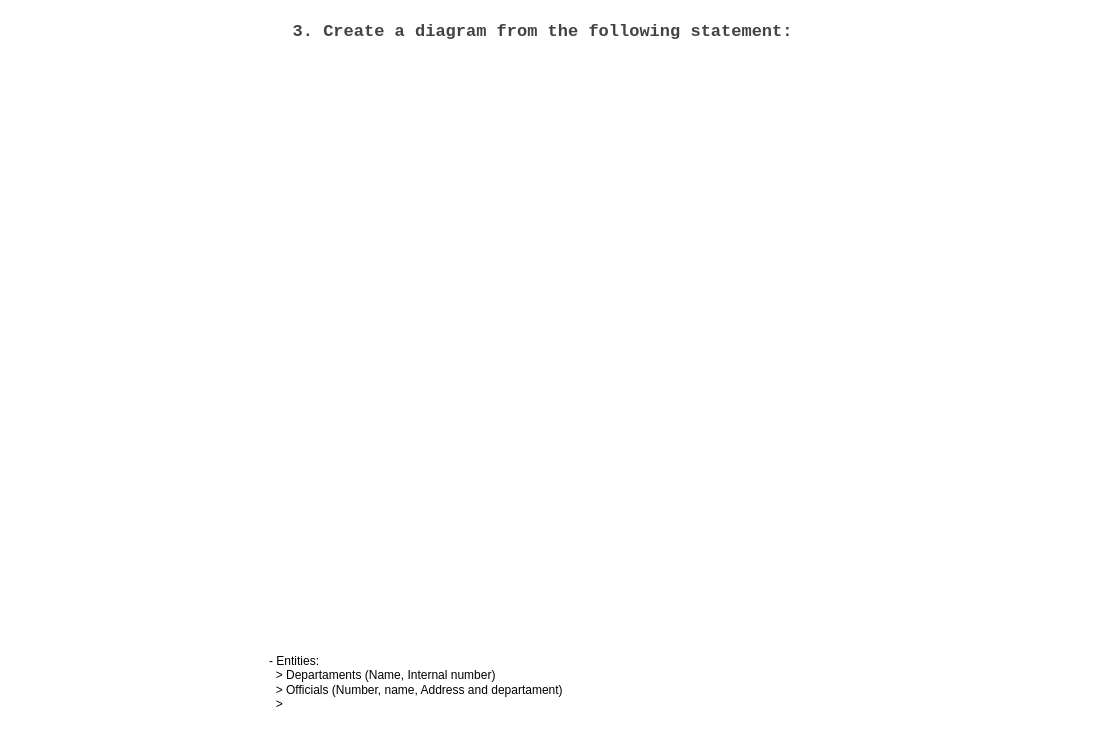
The draw.io diagram page "Exercise 3" (3 of 4) of UD4_Exercise4_MarcosZahonero.drawio in Maek0s/1DAM_Databases, before the edit. Source tidied: cells renumbered, new cells numbered last; positions are measured from the earlier drawing's top-left corner, leaving out a move shared by most shapes. Both pictures are drawn from the tidied source at 100%, with x=0, y=0 at pixel (267, 17).
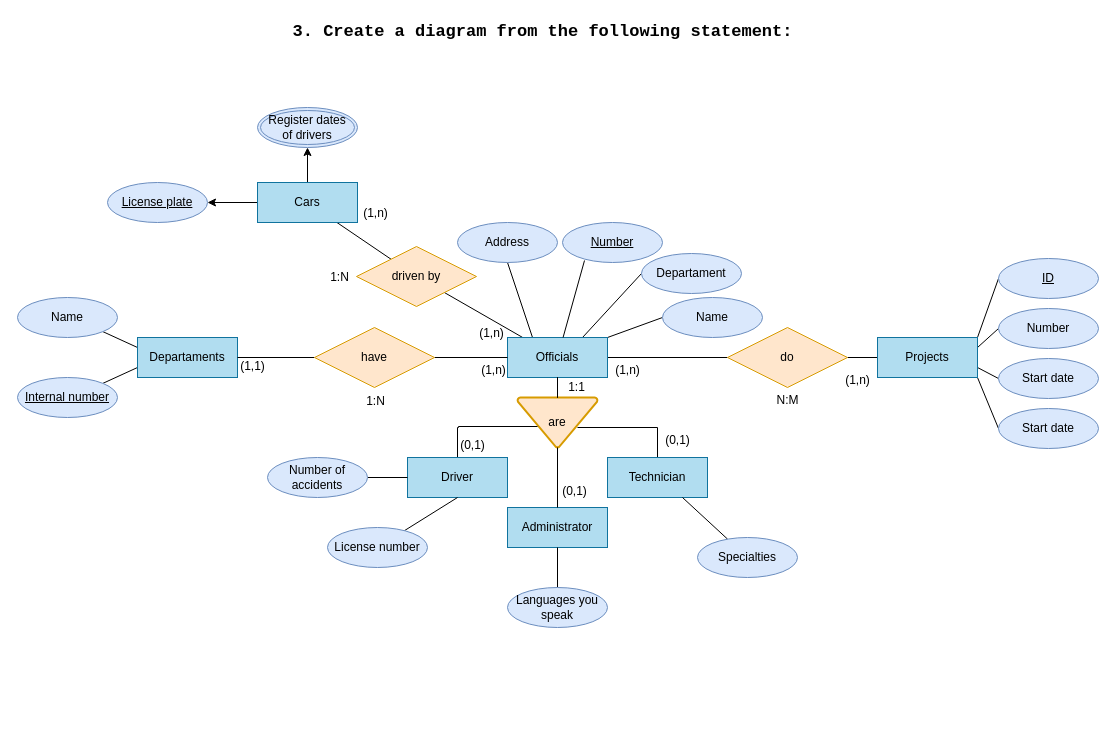
Above is the later version.

Diff of the diagram source:
```diff
@@
-    <mxCell id="2" value="&lt;b style=&quot;color: rgb(67, 67, 67); background-color: transparent; text-align: left;&quot;&gt;&lt;font style=&quot;font-size: 17px;&quot; face=&quot;Courier New&quot;&gt;3. Create a diagram from the following statement:&lt;/font&gt;&lt;/b&gt;" style="text;html=1;align=center;verticalAlign=middle;strokeColor=none;fillColor=none;" parent="1" vertex="1">
+    <mxCell id="2" value="&lt;b style=&quot;background-color: transparent; text-align: left;&quot;&gt;&lt;font style=&quot;font-size: 17px;&quot; face=&quot;Courier New&quot;&gt;3. Create a diagram from the following statement:&lt;/font&gt;&lt;/b&gt;" style="text;html=1;align=center;verticalAlign=middle;strokeColor=none;fillColor=none;" parent="1" vertex="1">
       <mxGeometry x="15" width="520" height="30" as="geometry" />
     </mxCell>
-    <mxCell id="3" value="&lt;div&gt;- Entities:&amp;nbsp;&lt;/div&gt;&lt;div&gt;&amp;nbsp; &amp;gt; Departaments (Name, Internal number)&lt;/div&gt;&lt;div&gt;&amp;nbsp; &amp;gt; Officials (Number, name, Address and departament)&lt;/div&gt;&lt;div&gt;&amp;nbsp; &amp;gt;&amp;nbsp;&lt;/div&gt;" style="text;html=1;align=left;verticalAlign=middle;strokeColor=none;fillColor=none;" parent="1" vertex="1">
-      <mxGeometry y="630" width="320" height="70" as="geometry" />
-    </mxCell>
+    <mxCell id="4" style="rounded=0;jettySize=auto;html=1;exitX=0;exitY=0.75;exitDx=0;exitDy=0;entryX=1;entryY=0;entryDx=0;entryDy=0;endArrow=none;endFill=0;" parent="1" edge="1" source="6" target="8">
+      <mxGeometry relative="1" as="geometry" />
+    </mxCell>
+    <mxCell id="5" style="rounded=0;jettySize=auto;html=1;exitX=0;exitY=0.25;exitDx=0;exitDy=0;entryX=1;entryY=1;entryDx=0;entryDy=0;endArrow=none;endFill=0;" parent="1" edge="1" source="6" target="7">
+      <mxGeometry relative="1" as="geometry" />
+    </mxCell>
+    <mxCell id="6" value="Departaments" style="whiteSpace=wrap;html=1;align=center;fillColor=#b1ddf0;strokeColor=#10739e;" parent="1" vertex="1">
+      <mxGeometry x="-130" y="320" width="100" height="40" as="geometry" />
+    </mxCell>
+    <mxCell id="7" value="Name" style="ellipse;whiteSpace=wrap;html=1;align=center;fillColor=#dae8fc;strokeColor=#6c8ebf;" parent="1" vertex="1">
+      <mxGeometry x="-250" y="280" width="100" height="40" as="geometry" />
+    </mxCell>
+    <mxCell id="8" value="Internal number" style="ellipse;whiteSpace=wrap;html=1;align=center;fontStyle=4;fillColor=#dae8fc;strokeColor=#6c8ebf;" parent="1" vertex="1">
+      <mxGeometry x="-250" y="360" width="100" height="40" as="geometry" />
+    </mxCell>
+    <mxCell id="9" style="rounded=0;jettySize=auto;html=1;endArrow=none;endFill=0;" parent="1" edge="1" source="14" target="37">
+      <mxGeometry relative="1" as="geometry" />
+    </mxCell>
+    <mxCell id="10" style="rounded=0;jettySize=auto;html=1;endArrow=none;endFill=0;" parent="1" edge="1" source="14" target="35">
+      <mxGeometry relative="1" as="geometry" />
+    </mxCell>
+    <mxCell id="11" style="rounded=0;jettySize=auto;html=1;exitX=1;exitY=0;exitDx=0;exitDy=0;entryX=0;entryY=0.5;entryDx=0;entryDy=0;endArrow=none;endFill=0;" parent="1" edge="1" source="14" target="47">
+      <mxGeometry relative="1" as="geometry" />
+    </mxCell>
+    <mxCell id="12" style="rounded=0;jettySize=auto;html=1;exitX=0.75;exitY=0;exitDx=0;exitDy=0;entryX=0;entryY=0.5;entryDx=0;entryDy=0;endArrow=none;endFill=0;" parent="1" edge="1" source="14" target="50">
+      <mxGeometry relative="1" as="geometry" />
+    </mxCell>
+    <mxCell id="13" style="rounded=0;jettySize=auto;html=1;exitX=0.25;exitY=0;exitDx=0;exitDy=0;entryX=0.5;entryY=1;entryDx=0;entryDy=0;endArrow=none;endFill=0;" parent="1" edge="1" source="14" target="49">
+      <mxGeometry relative="1" as="geometry" />
+    </mxCell>
+    <mxCell id="14" value="Officials" style="whiteSpace=wrap;html=1;align=center;fillColor=#b1ddf0;strokeColor=#10739e;" parent="1" vertex="1">
+      <mxGeometry x="240" y="320" width="100" height="40" as="geometry" />
+    </mxCell>
+    <mxCell id="15" value="are" style="strokeWidth=2;html=1;shape=mxgraph.flowchart.merge_or_storage;whiteSpace=wrap;fillColor=#ffe6cc;strokeColor=#d79b00;" parent="1" vertex="1">
+      <mxGeometry x="250" y="380" width="80" height="50" as="geometry" />
+    </mxCell>
+    <mxCell id="16" style="edgeStyle=orthogonalEdgeStyle;rounded=0;jettySize=auto;html=1;exitX=0.5;exitY=0;exitDx=0;exitDy=0;entryX=0.25;entryY=0.58;entryDx=0;entryDy=0;entryPerimeter=0;endArrow=none;endFill=0;" parent="1" edge="1" source="17" target="15">
+      <mxGeometry relative="1" as="geometry">
+        <Array as="points">
+          <mxPoint x="190" y="410" />
+          <mxPoint x="191" y="410" />
+          <mxPoint x="191" y="409" />
+        </Array>
+      </mxGeometry>
+    </mxCell>
+    <mxCell id="17" value="Driver" style="whiteSpace=wrap;html=1;align=center;fillColor=#b1ddf0;strokeColor=#10739e;" parent="1" vertex="1">
+      <mxGeometry x="140" y="440" width="100" height="40" as="geometry" />
+    </mxCell>
+    <mxCell id="18" value="Administrator" style="whiteSpace=wrap;html=1;align=center;fillColor=#b1ddf0;strokeColor=#10739e;" parent="1" vertex="1">
+      <mxGeometry x="240" y="490" width="100" height="40" as="geometry" />
+    </mxCell>
+    <mxCell id="19" style="rounded=0;jettySize=auto;html=1;endArrow=none;endFill=0;edgeStyle=orthogonalEdgeStyle;" parent="1" edge="1" source="20">
+      <mxGeometry relative="1" as="geometry">
+        <mxPoint x="310" y="410" as="targetPoint" />
+        <Array as="points">
+          <mxPoint x="390" y="410" />
+        </Array>
+      </mxGeometry>
+    </mxCell>
+    <mxCell id="20" value="Technician" style="whiteSpace=wrap;html=1;align=center;fillColor=#b1ddf0;strokeColor=#10739e;" parent="1" vertex="1">
+      <mxGeometry x="340" y="440" width="100" height="40" as="geometry" />
+    </mxCell>
+    <mxCell id="21" style="rounded=0;jettySize=auto;html=1;entryX=0.75;entryY=1;entryDx=0;entryDy=0;endArrow=none;endFill=0;" parent="1" edge="1" source="22" target="20">
+      <mxGeometry relative="1" as="geometry" />
+    </mxCell>
+    <mxCell id="22" value="Specialties" style="ellipse;whiteSpace=wrap;html=1;align=center;fillColor=#dae8fc;strokeColor=#6c8ebf;" parent="1" vertex="1">
+      <mxGeometry x="430" y="520" width="100" height="40" as="geometry" />
+    </mxCell>
+    <mxCell id="23" style="rounded=0;jettySize=auto;html=1;entryX=0.5;entryY=1;entryDx=0;entryDy=0;endArrow=none;endFill=0;" parent="1" edge="1" source="24" target="18">
+      <mxGeometry relative="1" as="geometry" />
+    </mxCell>
+    <mxCell id="24" value="Languages you&lt;br&gt;speak" style="ellipse;whiteSpace=wrap;html=1;align=center;fillColor=#dae8fc;strokeColor=#6c8ebf;" parent="1" vertex="1">
+      <mxGeometry x="240" y="570" width="100" height="40" as="geometry" />
+    </mxCell>
+    <mxCell id="25" style="rounded=0;jettySize=auto;html=1;entryX=0.5;entryY=1;entryDx=0;entryDy=0;endArrow=none;endFill=0;" parent="1" edge="1" source="26" target="17">
+      <mxGeometry relative="1" as="geometry" />
+    </mxCell>
+    <mxCell id="26" value="License number" style="ellipse;whiteSpace=wrap;html=1;align=center;fillColor=#dae8fc;strokeColor=#6c8ebf;" parent="1" vertex="1">
+      <mxGeometry x="60" y="510" width="100" height="40" as="geometry" />
+    </mxCell>
+    <mxCell id="27" style="rounded=0;jettySize=auto;html=1;endArrow=none;endFill=0;" parent="1" edge="1" source="28" target="17">
+      <mxGeometry relative="1" as="geometry" />
+    </mxCell>
+    <mxCell id="28" value="Number of accidents" style="ellipse;whiteSpace=wrap;html=1;align=center;fillColor=#dae8fc;strokeColor=#6c8ebf;" parent="1" vertex="1">
+      <mxGeometry y="440" width="100" height="40" as="geometry" />
+    </mxCell>
+    <mxCell id="29" style="edgeStyle=orthogonalEdgeStyle;rounded=0;jettySize=auto;html=1;entryX=0.5;entryY=1;entryDx=0;entryDy=0;entryPerimeter=0;endArrow=none;endFill=0;" parent="1" edge="1" source="18" target="15">
+      <mxGeometry relative="1" as="geometry" />
+    </mxCell>
+    <mxCell id="30" style="rounded=0;jettySize=auto;html=1;endArrow=none;endFill=0;" parent="1" edge="1" source="32" target="14">
+      <mxGeometry relative="1" as="geometry" />
+    </mxCell>
+    <mxCell id="31" style="rounded=0;jettySize=auto;html=1;endArrow=none;endFill=0;" parent="1" edge="1" source="32" target="6">
+      <mxGeometry relative="1" as="geometry" />
+    </mxCell>
+    <mxCell id="32" value="have" style="shape=rhombus;perimeter=rhombusPerimeter;whiteSpace=wrap;html=1;align=center;fillColor=#ffe6cc;strokeColor=#d79b00;" parent="1" vertex="1">
+      <mxGeometry x="47" y="310" width="120" height="60" as="geometry" />
+    </mxCell>
+    <mxCell id="33" style="edgeStyle=orthogonalEdgeStyle;rounded=0;jettySize=auto;html=1;entryX=0.5;entryY=0;entryDx=0;entryDy=0;entryPerimeter=0;endArrow=none;endFill=0;" parent="1" edge="1" source="14" target="15">
+      <mxGeometry relative="1" as="geometry" />
+    </mxCell>
+    <mxCell id="34" style="rounded=0;jettySize=auto;html=1;endArrow=none;endFill=0;" parent="1" edge="1" source="35" target="45">
+      <mxGeometry relative="1" as="geometry" />
+    </mxCell>
+    <mxCell id="35" value="driven by" style="shape=rhombus;perimeter=rhombusPerimeter;whiteSpace=wrap;html=1;align=center;fillColor=#ffe6cc;strokeColor=#d79b00;" parent="1" vertex="1">
+      <mxGeometry x="89" y="229" width="120" height="60" as="geometry" />
+    </mxCell>
+    <mxCell id="36" style="rounded=0;jettySize=auto;html=1;endArrow=none;endFill=0;" parent="1" edge="1" source="37" target="42">
+      <mxGeometry relative="1" as="geometry" />
+    </mxCell>
+    <mxCell id="37" value="do" style="shape=rhombus;perimeter=rhombusPerimeter;whiteSpace=wrap;html=1;align=center;fillColor=#ffe6cc;strokeColor=#d79b00;" parent="1" vertex="1">
+      <mxGeometry x="460" y="310" width="120" height="60" as="geometry" />
+    </mxCell>
+    <mxCell id="38" style="rounded=0;jettySize=auto;html=1;exitX=1;exitY=1;exitDx=0;exitDy=0;entryX=0;entryY=0.5;entryDx=0;entryDy=0;endArrow=none;endFill=0;" parent="1" edge="1" source="42" target="56">
+      <mxGeometry relative="1" as="geometry" />
+    </mxCell>
+    <mxCell id="39" style="rounded=0;jettySize=auto;html=1;exitX=1;exitY=0.75;exitDx=0;exitDy=0;entryX=0;entryY=0.5;entryDx=0;entryDy=0;endArrow=none;endFill=0;" parent="1" edge="1" source="42" target="55">
+      <mxGeometry relative="1" as="geometry" />
+    </mxCell>
+    <mxCell id="40" style="rounded=0;jettySize=auto;html=1;exitX=1;exitY=0.25;exitDx=0;exitDy=0;entryX=0;entryY=0.5;entryDx=0;entryDy=0;endArrow=none;endFill=0;" parent="1" edge="1" source="42" target="54">
+      <mxGeometry relative="1" as="geometry" />
+    </mxCell>
+    <mxCell id="41" style="rounded=0;jettySize=auto;html=1;exitX=1;exitY=0;exitDx=0;exitDy=0;entryX=0;entryY=0.5;entryDx=0;entryDy=0;endArrow=none;endFill=0;" parent="1" edge="1" source="42" target="53">
+      <mxGeometry relative="1" as="geometry" />
+    </mxCell>
+    <mxCell id="42" value="Projects" style="whiteSpace=wrap;html=1;align=center;fillColor=#b1ddf0;strokeColor=#10739e;" parent="1" vertex="1">
+      <mxGeometry x="610" y="320" width="100" height="40" as="geometry" />
+    </mxCell>
+    <mxCell id="43" style="edgeStyle=orthogonalEdgeStyle;rounded=0;jettySize=auto;html=1;entryX=0.5;entryY=1;entryDx=0;entryDy=0;" parent="1" edge="1" source="45" target="52">
+      <mxGeometry relative="1" as="geometry" />
+    </mxCell>
+    <mxCell id="44" style="edgeStyle=orthogonalEdgeStyle;rounded=0;jettySize=auto;html=1;entryX=1;entryY=0.5;entryDx=0;entryDy=0;" parent="1" edge="1" source="45" target="46">
+      <mxGeometry relative="1" as="geometry" />
+    </mxCell>
+    <mxCell id="45" value="Cars" style="whiteSpace=wrap;html=1;align=center;fillColor=#b1ddf0;strokeColor=#10739e;" parent="1" vertex="1">
+      <mxGeometry x="-10" y="165" width="100" height="40" as="geometry" />
+    </mxCell>
+    <mxCell id="46" value="License plate" style="ellipse;whiteSpace=wrap;html=1;align=center;fontStyle=4;fillColor=#dae8fc;strokeColor=#6c8ebf;" parent="1" vertex="1">
+      <mxGeometry x="-160" y="165" width="100" height="40" as="geometry" />
+    </mxCell>
+    <mxCell id="47" value="Name" style="ellipse;whiteSpace=wrap;html=1;align=center;fillColor=#dae8fc;strokeColor=#6c8ebf;" parent="1" vertex="1">
+      <mxGeometry x="395" y="280" width="100" height="40" as="geometry" />
+    </mxCell>
+    <mxCell id="48" value="Number" style="ellipse;whiteSpace=wrap;html=1;align=center;fontStyle=4;fillColor=#dae8fc;strokeColor=#6c8ebf;" parent="1" vertex="1">
+      <mxGeometry x="295" y="205" width="100" height="40" as="geometry" />
+    </mxCell>
+    <mxCell id="49" value="Address" style="ellipse;whiteSpace=wrap;html=1;align=center;fillColor=#dae8fc;strokeColor=#6c8ebf;" parent="1" vertex="1">
+      <mxGeometry x="190" y="205" width="100" height="40" as="geometry" />
+    </mxCell>
+    <mxCell id="50" value="Departament" style="ellipse;whiteSpace=wrap;html=1;align=center;fillColor=#dae8fc;strokeColor=#6c8ebf;" parent="1" vertex="1">
+      <mxGeometry x="374" y="236" width="100" height="40" as="geometry" />
+    </mxCell>
+    <mxCell id="51" style="rounded=0;jettySize=auto;html=1;entryX=0.22;entryY=0.95;entryDx=0;entryDy=0;entryPerimeter=0;endArrow=none;endFill=0;" parent="1" edge="1" source="14" target="48">
+      <mxGeometry relative="1" as="geometry" />
+    </mxCell>
+    <mxCell id="52" value="Register dates&lt;br&gt;of drivers" style="ellipse;shape=doubleEllipse;margin=3;whiteSpace=wrap;html=1;align=center;fillColor=#dae8fc;strokeColor=#6c8ebf;" parent="1" vertex="1">
+      <mxGeometry x="-10" y="90" width="100" height="40" as="geometry" />
+    </mxCell>
+    <mxCell id="53" value="ID" style="ellipse;whiteSpace=wrap;html=1;align=center;fontStyle=4;fillColor=#dae8fc;strokeColor=#6c8ebf;" parent="1" vertex="1">
+      <mxGeometry x="731" y="241" width="100" height="40" as="geometry" />
+    </mxCell>
+    <mxCell id="54" value="Number" style="ellipse;whiteSpace=wrap;html=1;align=center;fillColor=#dae8fc;strokeColor=#6c8ebf;" parent="1" vertex="1">
+      <mxGeometry x="731" y="291" width="100" height="40" as="geometry" />
+    </mxCell>
+    <mxCell id="55" value="Start date" style="ellipse;whiteSpace=wrap;html=1;align=center;fillColor=#dae8fc;strokeColor=#6c8ebf;" parent="1" vertex="1">
+      <mxGeometry x="731" y="341" width="100" height="40" as="geometry" />
+    </mxCell>
+    <mxCell id="56" value="Start date" style="ellipse;whiteSpace=wrap;html=1;align=center;fillColor=#dae8fc;strokeColor=#6c8ebf;" parent="1" vertex="1">
+      <mxGeometry x="731" y="391" width="100" height="40" as="geometry" />
+    </mxCell>
+    <mxCell id="57" value="(0,1)" style="text;html=1;align=center;verticalAlign=middle;strokeColor=none;fillColor=none;" parent="1" vertex="1">
+      <mxGeometry x="385" y="408" width="50" height="30" as="geometry" />
+    </mxCell>
+    <mxCell id="58" value="(0,1)" style="text;html=1;align=center;verticalAlign=middle;strokeColor=none;fillColor=none;" parent="1" vertex="1">
+      <mxGeometry x="282" y="459" width="50" height="30" as="geometry" />
+    </mxCell>
+    <mxCell id="59" value="(0,1)" style="text;html=1;align=center;verticalAlign=middle;strokeColor=none;fillColor=none;" parent="1" vertex="1">
+      <mxGeometry x="180" y="413" width="50" height="30" as="geometry" />
+    </mxCell>
+    <mxCell id="60" value="1:1" style="text;html=1;align=center;verticalAlign=middle;strokeColor=none;fillColor=none;" parent="1" vertex="1">
+      <mxGeometry x="289" y="355" width="40" height="30" as="geometry" />
+    </mxCell>
+    <mxCell id="61" value="(1,n)" style="text;html=1;align=center;verticalAlign=middle;strokeColor=none;fillColor=none;" parent="1" vertex="1">
+      <mxGeometry x="83" y="181" width="50" height="30" as="geometry" />
+    </mxCell>
+    <mxCell id="62" value="(1,n)" style="text;html=1;align=center;verticalAlign=middle;strokeColor=none;fillColor=none;" parent="1" vertex="1">
+      <mxGeometry x="199" y="301" width="50" height="30" as="geometry" />
+    </mxCell>
+    <mxCell id="63" value="1:N" style="text;html=1;align=center;verticalAlign=middle;strokeColor=none;fillColor=none;" parent="1" vertex="1">
+      <mxGeometry x="52" y="245" width="40" height="30" as="geometry" />
+    </mxCell>
+    <mxCell id="64" value="(1,1)" style="text;html=1;align=center;verticalAlign=middle;strokeColor=none;fillColor=none;" parent="1" vertex="1">
+      <mxGeometry x="-40" y="334" width="50" height="30" as="geometry" />
+    </mxCell>
+    <mxCell id="65" value="(1,n)" style="text;html=1;align=center;verticalAlign=middle;strokeColor=none;fillColor=none;" parent="1" vertex="1">
+      <mxGeometry x="201" y="338" width="50" height="30" as="geometry" />
+    </mxCell>
+    <mxCell id="66" value="1:N" style="text;html=1;align=center;verticalAlign=middle;strokeColor=none;fillColor=none;" parent="1" vertex="1">
+      <mxGeometry x="88" y="369" width="40" height="30" as="geometry" />
+    </mxCell>
+    <mxCell id="67" value="(1,n)" style="text;html=1;align=center;verticalAlign=middle;strokeColor=none;fillColor=none;" parent="1" vertex="1">
+      <mxGeometry x="335" y="338" width="50" height="30" as="geometry" />
+    </mxCell>
+    <mxCell id="68" value="(1,n)" style="text;html=1;align=center;verticalAlign=middle;strokeColor=none;fillColor=none;" parent="1" vertex="1">
+      <mxGeometry x="565" y="348" width="50" height="30" as="geometry" />
+    </mxCell>
+    <mxCell id="69" value="N:M" style="text;html=1;align=center;verticalAlign=middle;strokeColor=none;fillColor=none;" parent="1" vertex="1">
+      <mxGeometry x="495" y="368" width="50" height="30" as="geometry" />
+    </mxCell>
```
